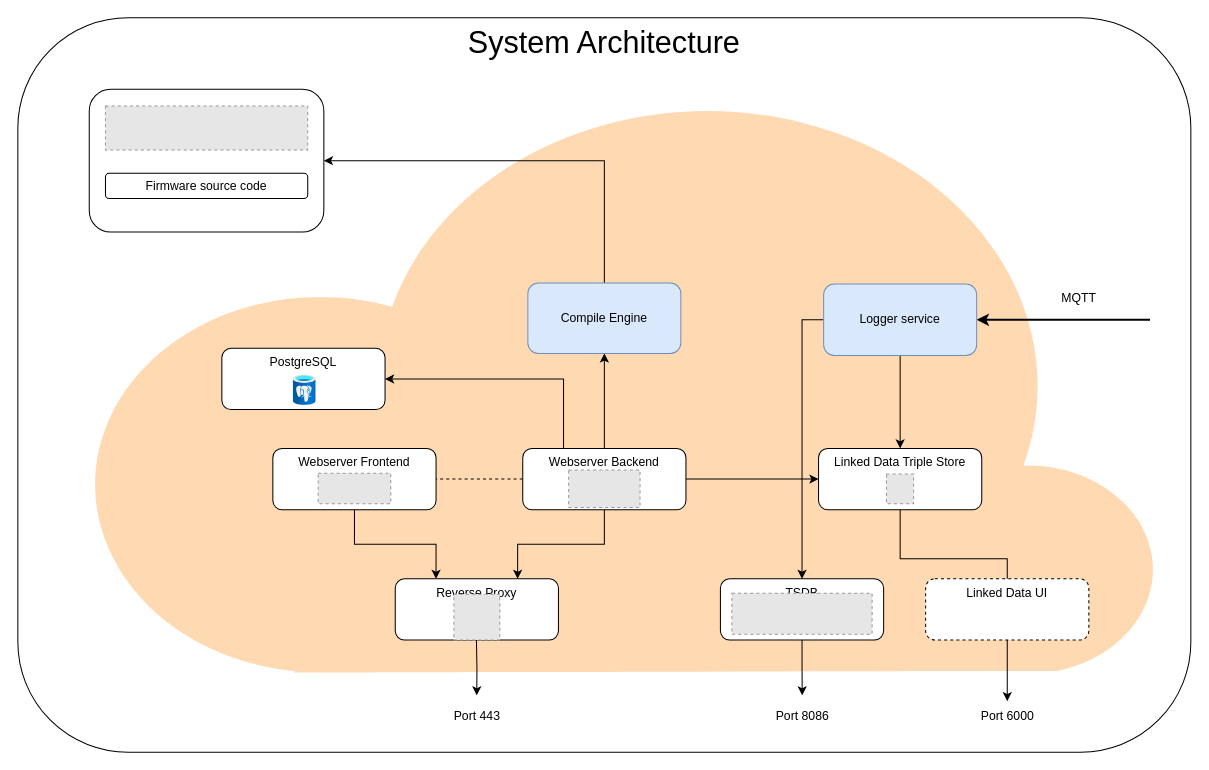
Above: docs/diagrams/system_architecture.drawio in enricocirignaco/infrastructureforsensormanagment (draw.io), before the change. Source tidied: cells renumbered, new cells numbered last; positions are measured from the earlier drawing's top-left corner, leaving out a move shared by most shapes. Both pictures are drawn from the tidied source at 102%, with x=0, y=0 at pixel (17, 17). Pictures stored in the file or linked from it are replaced by grey dashed boxes.
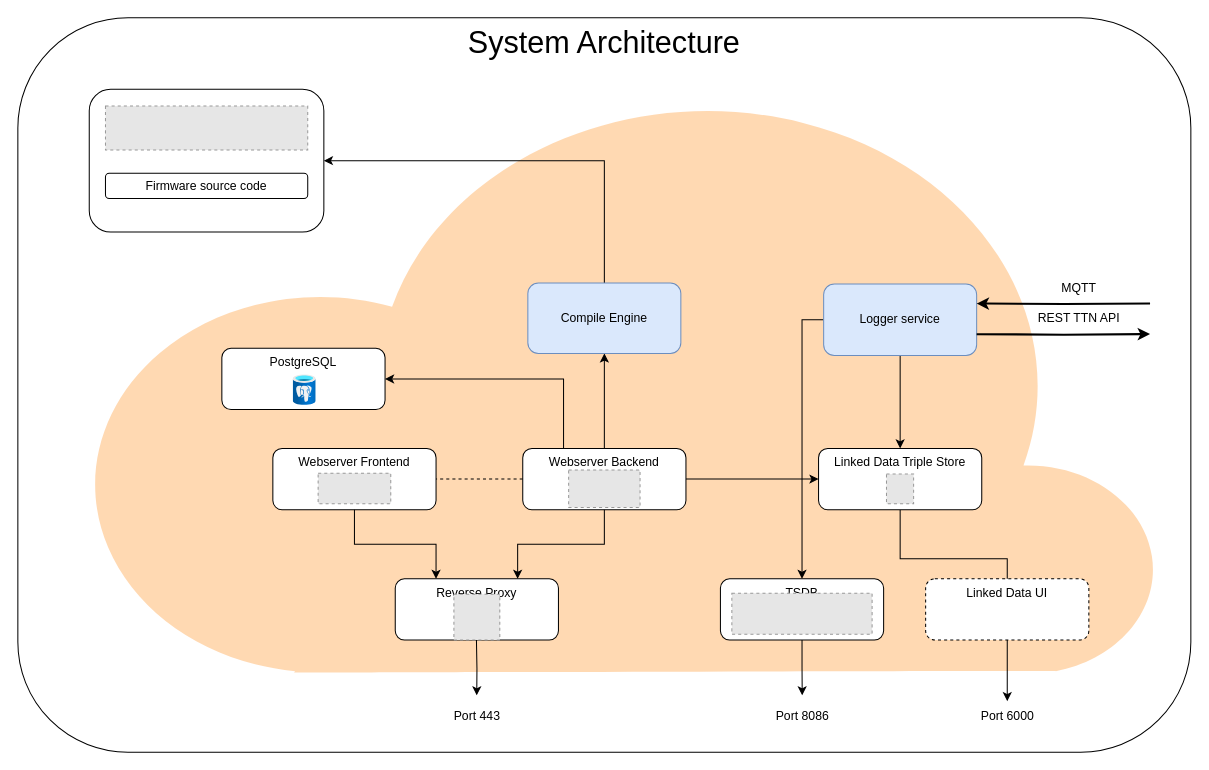
The same page after the edit.

Unchanged cells that the change refers to:
```xml
<mxCell id="10" value="Logger service" style="rounded=1;whiteSpace=wrap;html=1;fillColor=#dae8fc;strokeColor=#6c8ebf;" parent="1" vertex="1">
  <mxGeometry x="790" y="261" width="150" height="70" as="geometry" />
</mxCell>
```

What changed in the source:
```diff
@@
-    <mxCell id="7" style="edgeStyle=orthogonalEdgeStyle;rounded=0;jettySize=auto;html=1;exitX=1;exitY=0.5;exitDx=0;exitDy=0;startArrow=classic;startFill=1;endArrow=none;endFill=0;strokeWidth=2;" parent="1" edge="1" source="10">
-      <mxGeometry relative="1" as="geometry">
-        <mxPoint x="1110" y="295.9" as="targetPoint" />
-      </mxGeometry>
-    </mxCell>
@@
     <mxCell id="25" value="MQTT" style="text;html=1;align=center;verticalAlign=middle;strokeColor=none;fillColor=none;" parent="1" vertex="1">
-      <mxGeometry x="1010" y="260" width="60" height="30" as="geometry" />
+      <mxGeometry x="1010" y="250" width="60" height="30" as="geometry" />
     </mxCell>
@@
+    <mxCell id="48" style="edgeStyle=orthogonalEdgeStyle;rounded=0;orthogonalLoop=1;jettySize=auto;html=1;exitX=1;exitY=0.5;exitDx=0;exitDy=0;startArrow=classic;startFill=1;endArrow=none;endFill=0;strokeWidth=2;" parent="1" edge="1">
+      <mxGeometry relative="1" as="geometry">
+        <mxPoint x="940" y="280.1" as="sourcePoint" />
+        <mxPoint x="1110" y="280" as="targetPoint" />
+      </mxGeometry>
+    </mxCell>
+    <mxCell id="49" style="edgeStyle=orthogonalEdgeStyle;rounded=0;orthogonalLoop=1;jettySize=auto;html=1;exitX=1;exitY=0.5;exitDx=0;exitDy=0;startArrow=none;startFill=0;endArrow=classic;endFill=1;strokeWidth=2;" parent="1" edge="1">
+      <mxGeometry relative="1" as="geometry">
+        <mxPoint x="940" y="310.1" as="sourcePoint" />
+        <mxPoint x="1110" y="310" as="targetPoint" />
+      </mxGeometry>
+    </mxCell>
+    <mxCell id="50" value="REST TTN API" style="text;html=1;align=center;verticalAlign=middle;strokeColor=none;fillColor=none;" parent="1" vertex="1">
+      <mxGeometry x="990" y="279.5" width="100" height="30" as="geometry" />
+    </mxCell>
```
